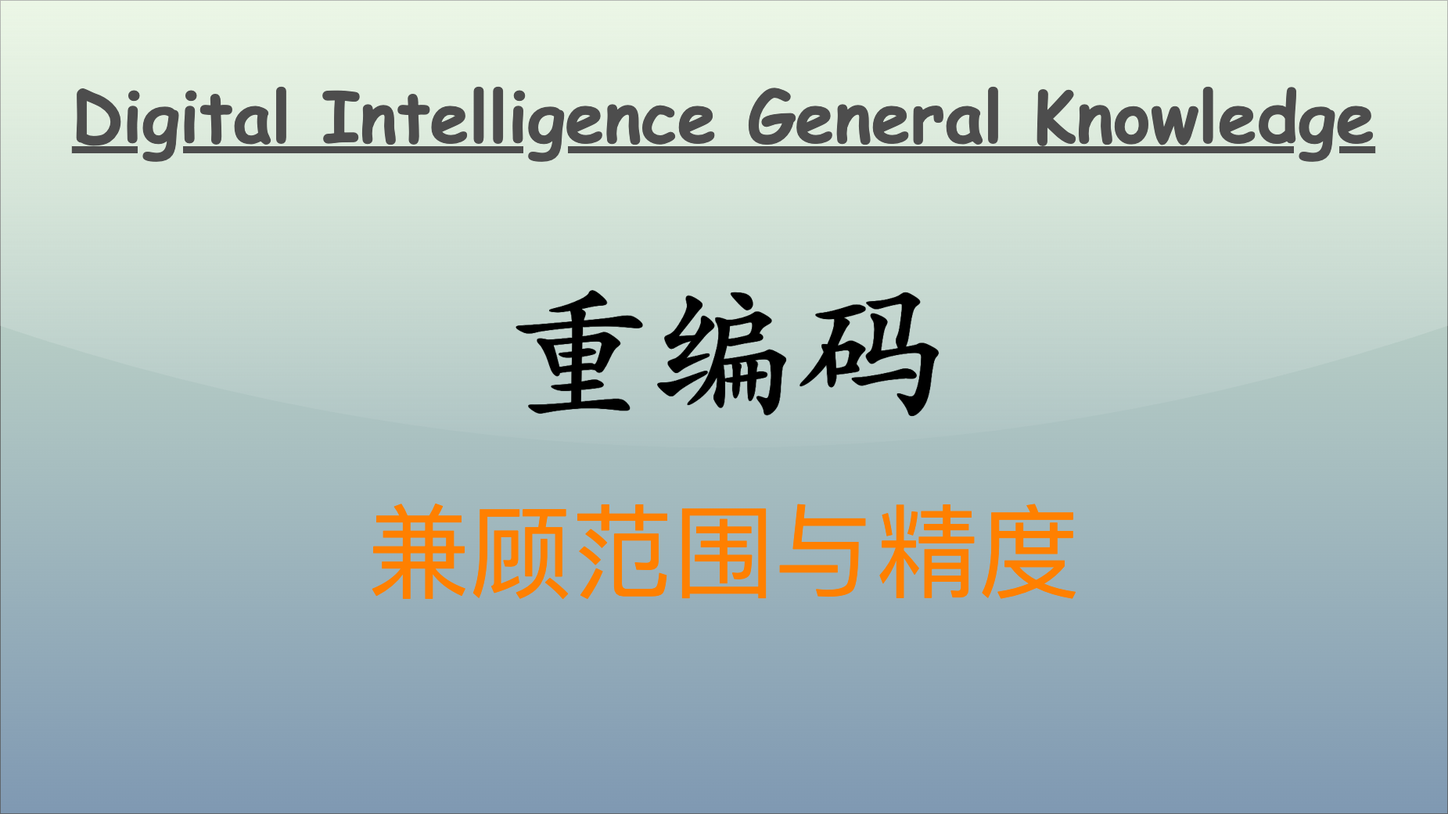
Above: articles/general/the-essence-of-computing/assets/多重编码：兼顾范围与精度.drawio.png in ThreeFish-AI/threefish-ai.github.io (draw.io), before the change. Source tidied: cells renumbered, new cells last; positions are measured from the earlier drawing's top-left corner, leaving out a move shared by most shapes.
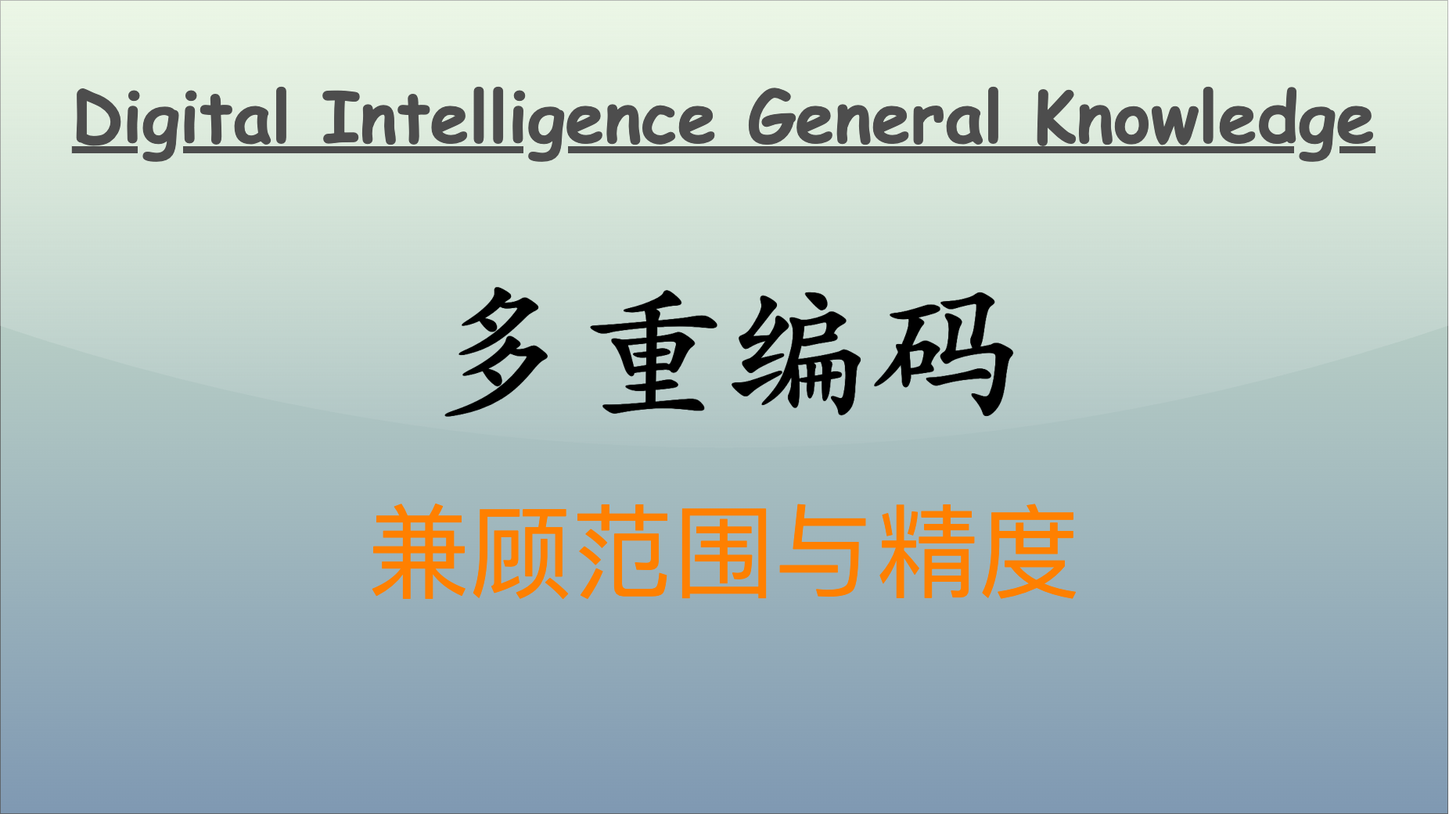
The same file after the commit.

Change to the diagram source:
```diff
@@ -11,8 +11,8 @@
     <mxCell id="4" value="Digital Intelligence General Knowledge" style="text;align=center;verticalAlign=top;strokeColor=none;fillColor=none;fontColor=#4D4D4D;fontFamily=Comic Sans MS;rotation=0;rounded=0;labelBackgroundColor=none;labelBorderColor=none;gradientColor=#B3B3B3;textShadow=0;fontSize=90;fontStyle=5;" parent="1" vertex="1">
       <mxGeometry x="80" y="86" width="1690" height="120" as="geometry" />
     </mxCell>
-    <mxCell id="5" value="&lt;font size=&quot;1&quot; style=&quot;&quot;&gt;&lt;b style=&quot;&quot;&gt;&lt;span style=&quot;font-size: 190px;&quot;&gt;重编码&lt;/span&gt;&lt;/b&gt;&lt;/font&gt;" style="text;html=1;align=center;verticalAlign=middle;strokeColor=none;fillColor=none;fontColor=#000000;fontFamily=Kaiti SC;" parent="1" vertex="1">
-      <mxGeometry x="630" y="320" width="590" height="240" as="geometry" />
+    <mxCell id="5" value="&lt;font size=&quot;1&quot; style=&quot;&quot;&gt;&lt;b style=&quot;&quot;&gt;&lt;span style=&quot;font-size: 190px;&quot;&gt;多重编码&lt;/span&gt;&lt;/b&gt;&lt;/font&gt;" style="text;html=1;align=center;verticalAlign=middle;strokeColor=none;fillColor=none;fontColor=#000000;fontFamily=Kaiti SC;" parent="1" vertex="1">
+      <mxGeometry x="535" y="320" width="780" height="240" as="geometry" />
     </mxCell>
   </root>
 </mxGraphModel>
```
